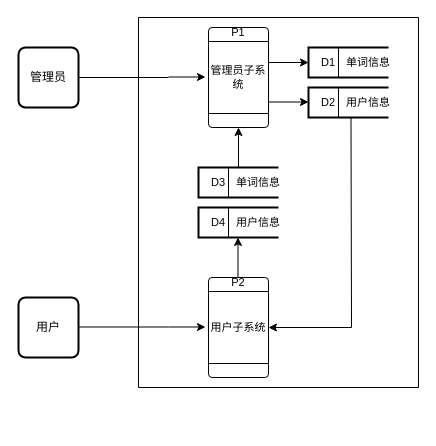
13593227471/HelloGitHub keeps this draw.io diagram as page "第 4 页" (4 of 9) of 功能模块图.drawio. Above is the earlier version. Source tidied: cells renumbered, new cells numbered last; positions are measured from the earlier drawing's top-left corner, leaving out a move shared by most shapes. Both pictures are drawn from the tidied source at 100%, with x=0, y=0 at pixel (18, 17).
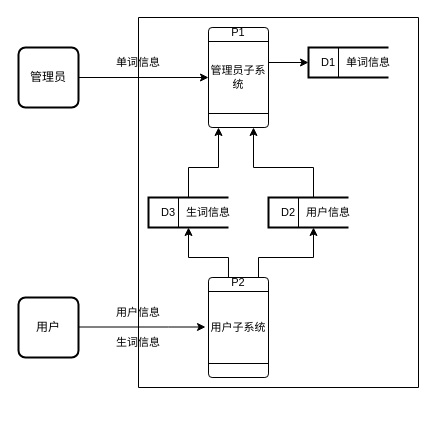
Above is the later version.

Unchanged cells that the change refers to:
```xml
<mxCell id="10" style="verticalLabelPosition=bottom;verticalAlign=top;html=1;shape=process;whiteSpace=wrap;rounded=1;size=0.14;arcSize=6;fontFamily=Helvetica;fontSize=11;fontColor=default;rotation=-90;" parent="1" vertex="1">
  <mxGeometry x="170" y="30" width="100" height="60" as="geometry" />
</mxCell>
<mxCell id="13" value="P2" style="text;html=1;strokeColor=none;fillColor=none;align=center;verticalAlign=middle;whiteSpace=wrap;rounded=0;fontSize=11;fontFamily=Helvetica;fontColor=default;" parent="1" vertex="1">
  <mxGeometry x="190" y="250" width="60" height="30" as="geometry" />
</mxCell>
<mxCell id="14" value="管理员子系统" style="text;html=1;strokeColor=none;fillColor=none;align=center;verticalAlign=middle;whiteSpace=wrap;rounded=0;fontSize=11;fontFamily=Helvetica;fontColor=default;" parent="1" vertex="1">
  <mxGeometry x="190" y="45" width="60" height="30" as="geometry" />
</mxCell>
<mxCell id="15" value="用户子系统" style="text;html=1;strokeColor=none;fillColor=none;align=center;verticalAlign=middle;whiteSpace=wrap;rounded=0;fontSize=11;fontFamily=Helvetica;fontColor=default;" parent="1" vertex="1">
  <mxGeometry x="190" y="295" width="60" height="30" as="geometry" />
</mxCell>
```

Change to the diagram source:
```diff
@@
-    <mxCell id="9" style="endArrow=classic;html=1;rounded=0;labelBackgroundColor=default;strokeColor=default;fontFamily=Helvetica;fontSize=11;fontColor=default;shape=connector;exitX=0.011;exitY=0.233;exitDx=0;exitDy=0;exitPerimeter=0;" parent="1" edge="1">
-      <mxGeometry relative="1" as="geometry">
-        <mxPoint x="150" y="59.5" as="sourcePoint" />
-        <mxPoint x="187" y="59.5" as="targetPoint" />
-      </mxGeometry>
-    </mxCell>
@@
-    <mxCell id="18" style="strokeWidth=2;html=1;shape=mxgraph.flowchart.annotation_1;align=left;fontFamily=Helvetica;fontSize=11;fontColor=default;" parent="1" vertex="1">
-      <mxGeometry x="290" y="70" width="80" height="30" as="geometry" />
-    </mxCell>
-    <mxCell id="19" style="endArrow=none;html=1;rounded=0;labelBackgroundColor=default;strokeColor=default;fontFamily=Helvetica;fontSize=11;fontColor=default;shape=connector;" parent="1" edge="1">
-      <mxGeometry relative="1" as="geometry">
-        <mxPoint x="320" y="100" as="sourcePoint" />
-        <mxPoint x="320" y="70" as="targetPoint" />
-      </mxGeometry>
-    </mxCell>
-    <mxCell id="20" style="endArrow=classic;html=1;rounded=0;entryX=0;entryY=0.5;entryDx=0;entryDy=0;" parent="1" edge="1" target="10">
-      <mxGeometry relative="1" as="geometry">
-        <mxPoint x="220" y="150" as="sourcePoint" />
-      </mxGeometry>
-    </mxCell>
-    <mxCell id="21" style="endArrow=classic;html=1;rounded=0;" parent="1" edge="1">
-      <mxGeometry relative="1" as="geometry">
-        <mxPoint x="250" y="84.5" as="sourcePoint" />
-        <mxPoint x="290" y="84.5" as="targetPoint" />
-      </mxGeometry>
-    </mxCell>
@@
     <mxCell id="23" style="strokeWidth=2;html=1;shape=mxgraph.flowchart.annotation_1;align=left;fontFamily=Helvetica;fontSize=11;fontColor=default;" parent="1" vertex="1">
-      <mxGeometry x="180" y="150" width="80" height="30" as="geometry" />
+      <mxGeometry x="130" y="180" width="80" height="30" as="geometry" />
     </mxCell>
     <mxCell id="24" style="endArrow=none;html=1;rounded=0;labelBackgroundColor=default;strokeColor=default;fontFamily=Helvetica;fontSize=11;fontColor=default;shape=connector;" parent="1" edge="1">
       <mxGeometry relative="1" as="geometry">
-        <mxPoint x="210" y="180" as="sourcePoint" />
-        <mxPoint x="210" y="150" as="targetPoint" />
+        <mxPoint x="160" y="210" as="sourcePoint" />
+        <mxPoint x="160" y="180" as="targetPoint" />
       </mxGeometry>
     </mxCell>
@@
-    <mxCell id="26" value="D2" style="text;html=1;strokeColor=none;fillColor=none;align=center;verticalAlign=middle;whiteSpace=wrap;rounded=0;fontSize=11;fontFamily=Helvetica;fontColor=default;" parent="1" vertex="1">
-      <mxGeometry x="280" y="70" width="60" height="30" as="geometry" />
-    </mxCell>
@@
-    <mxCell id="28" value="用户信息" style="text;html=1;strokeColor=none;fillColor=none;align=center;verticalAlign=middle;whiteSpace=wrap;rounded=0;fontSize=11;fontFamily=Helvetica;fontColor=default;" parent="1" vertex="1">
-      <mxGeometry x="320" y="70" width="60" height="30" as="geometry" />
-    </mxCell>
     <mxCell id="29" value="D3" style="text;html=1;strokeColor=none;fillColor=none;align=center;verticalAlign=middle;whiteSpace=wrap;rounded=0;fontSize=11;fontFamily=Helvetica;fontColor=default;" parent="1" vertex="1">
-      <mxGeometry x="170" y="150" width="60" height="30" as="geometry" />
+      <mxGeometry x="120" y="180" width="60" height="30" as="geometry" />
     </mxCell>
-    <mxCell id="30" value="单词信息" style="text;html=1;strokeColor=none;fillColor=none;align=center;verticalAlign=middle;whiteSpace=wrap;rounded=0;fontSize=11;fontFamily=Helvetica;fontColor=default;" parent="1" vertex="1">
-      <mxGeometry x="210" y="150" width="60" height="30" as="geometry" />
+    <mxCell id="30" value="生词信息" style="text;html=1;strokeColor=none;fillColor=none;align=center;verticalAlign=middle;whiteSpace=wrap;rounded=0;fontSize=11;fontFamily=Helvetica;fontColor=default;" parent="1" vertex="1">
+      <mxGeometry x="160" y="180" width="60" height="30" as="geometry" />
     </mxCell>
-    <mxCell id="31" style="endArrow=classic;html=1;rounded=0;exitX=0.25;exitY=1;exitDx=0;exitDy=0;entryX=1;entryY=0.5;entryDx=0;entryDy=0;" parent="1" edge="1" target="15">
-      <mxGeometry relative="1" as="geometry">
-        <mxPoint x="332.5" y="100" as="sourcePoint" />
-        <Array as="points">
-          <mxPoint x="333" y="310" />
-        </Array>
-      </mxGeometry>
-    </mxCell>
     <mxCell id="32" style="strokeWidth=2;html=1;shape=mxgraph.flowchart.annotation_1;align=left;fontFamily=Helvetica;fontSize=11;fontColor=default;" parent="1" vertex="1">
-      <mxGeometry x="180" y="190" width="80" height="30" as="geometry" />
+      <mxGeometry x="250" y="180" width="80" height="30" as="geometry" />
     </mxCell>
     <mxCell id="33" style="endArrow=none;html=1;rounded=0;labelBackgroundColor=default;strokeColor=default;fontFamily=Helvetica;fontSize=11;fontColor=default;shape=connector;" parent="1" edge="1">
       <mxGeometry relative="1" as="geometry">
-        <mxPoint x="210" y="220" as="sourcePoint" />
-        <mxPoint x="210" y="190" as="targetPoint" />
+        <mxPoint x="280" y="210" as="sourcePoint" />
+        <mxPoint x="280" y="180" as="targetPoint" />
       </mxGeometry>
     </mxCell>
-    <mxCell id="34" value="D4" style="text;html=1;strokeColor=none;fillColor=none;align=center;verticalAlign=middle;whiteSpace=wrap;rounded=0;fontSize=11;fontFamily=Helvetica;fontColor=default;" parent="1" vertex="1">
-      <mxGeometry x="170" y="190" width="60" height="30" as="geometry" />
+    <mxCell id="34" value="D2" style="text;html=1;strokeColor=none;fillColor=none;align=center;verticalAlign=middle;whiteSpace=wrap;rounded=0;fontSize=11;fontFamily=Helvetica;fontColor=default;" parent="1" vertex="1">
+      <mxGeometry x="240" y="180" width="60" height="30" as="geometry" />
     </mxCell>
     <mxCell id="35" value="用户信息" style="text;html=1;strokeColor=none;fillColor=none;align=center;verticalAlign=middle;whiteSpace=wrap;rounded=0;fontSize=11;fontFamily=Helvetica;fontColor=default;" parent="1" vertex="1">
-      <mxGeometry x="210" y="190" width="60" height="30" as="geometry" />
+      <mxGeometry x="280" y="180" width="60" height="30" as="geometry" />
     </mxCell>
-    <mxCell id="36" style="endArrow=classic;html=1;rounded=0;entryX=0;entryY=0.5;entryDx=0;entryDy=0;" parent="1" edge="1">
+    <mxCell id="36" style="endArrow=classic;html=1;rounded=0;entryX=0.25;entryY=1;entryDx=0;entryDy=0;" parent="1" edge="1" target="35">
       <mxGeometry relative="1" as="geometry">
-        <mxPoint x="219.5" y="260" as="sourcePoint" />
-        <mxPoint x="219.5" y="220" as="targetPoint" />
+        <mxPoint x="240" y="260" as="sourcePoint" />
+        <Array as="points">
+          <mxPoint x="240" y="240" />
+          <mxPoint x="295" y="240" />
+        </Array>
       </mxGeometry>
     </mxCell>
+    <mxCell id="37" style="endArrow=classic;html=1;rounded=0;entryX=0;entryY=0.5;entryDx=0;entryDy=0;" parent="1" edge="1" target="14">
+      <mxGeometry relative="1" as="geometry">
+        <mxPoint x="120" y="60" as="sourcePoint" />
+      </mxGeometry>
+    </mxCell>
+    <mxCell id="38" style="endArrow=classic;html=1;rounded=0;exitX=0.333;exitY=0.333;exitDx=0;exitDy=0;exitPerimeter=0;" parent="1" edge="1" source="13">
+      <mxGeometry relative="1" as="geometry">
+        <mxPoint x="170" y="210" as="targetPoint" />
+        <Array as="points">
+          <mxPoint x="210" y="240" />
+          <mxPoint x="170" y="240" />
+        </Array>
+      </mxGeometry>
+    </mxCell>
+    <mxCell id="39" style="endArrow=classic;html=1;rounded=0;" parent="1" edge="1">
+      <mxGeometry relative="1" as="geometry">
+        <mxPoint x="170" y="180" as="sourcePoint" />
+        <mxPoint x="200" y="110" as="targetPoint" />
+        <Array as="points">
+          <mxPoint x="170" y="150" />
+          <mxPoint x="200" y="150" />
+        </Array>
+      </mxGeometry>
+    </mxCell>
+    <mxCell id="40" style="endArrow=classic;html=1;rounded=0;exitX=0.25;exitY=0;exitDx=0;exitDy=0;entryX=0;entryY=0.75;entryDx=0;entryDy=0;" parent="1" edge="1" source="35" target="10">
+      <mxGeometry relative="1" as="geometry">
+        <Array as="points">
+          <mxPoint x="295" y="150" />
+          <mxPoint x="235" y="150" />
+        </Array>
+      </mxGeometry>
+    </mxCell>
+    <mxCell id="41" value="单词信息" style="text;html=1;strokeColor=none;fillColor=none;align=center;verticalAlign=middle;whiteSpace=wrap;rounded=0;fontSize=11;fontFamily=Helvetica;fontColor=default;" parent="1" vertex="1">
+      <mxGeometry x="90" y="30" width="60" height="30" as="geometry" />
+    </mxCell>
+    <mxCell id="28" value="用户信息" style="text;html=1;strokeColor=none;fillColor=none;align=center;verticalAlign=middle;whiteSpace=wrap;rounded=0;fontSize=11;fontFamily=Helvetica;fontColor=default;" parent="1" vertex="1">
+      <mxGeometry x="90" y="280" width="60" height="30" as="geometry" />
+    </mxCell>
+    <mxCell id="42" value="生词信息" style="text;html=1;strokeColor=none;fillColor=none;align=center;verticalAlign=middle;whiteSpace=wrap;rounded=0;fontSize=11;fontFamily=Helvetica;fontColor=default;" parent="1" vertex="1">
+      <mxGeometry x="90" y="310" width="60" height="30" as="geometry" />
+    </mxCell>
```
